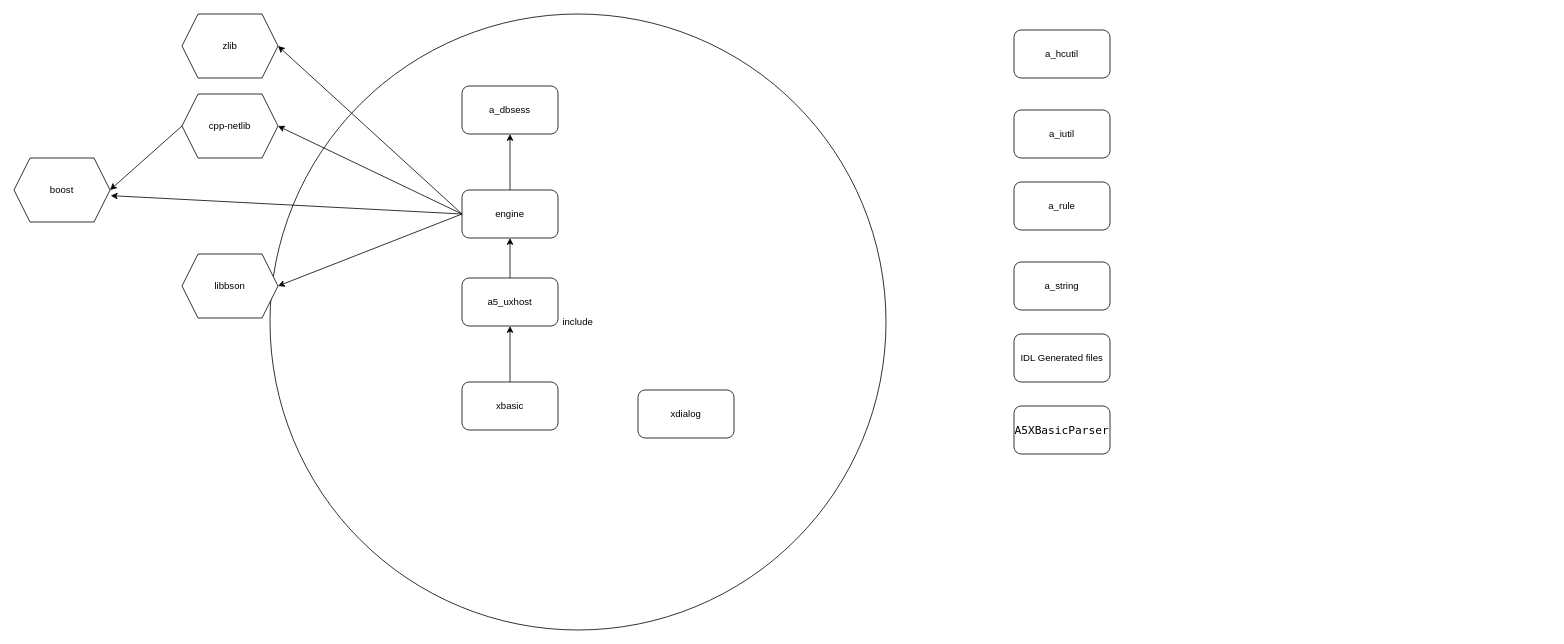
Earlier version of the draw.io diagram A5_deps.drawio (rromrrom/something). Source tidied: cells renumbered, new cells numbered last; positions are measured from the earlier drawing's top-left corner, leaving out a move shared by most shapes. Both pictures are drawn from the tidied source at 80%, with x=0, y=0 at pixel (14, 14).
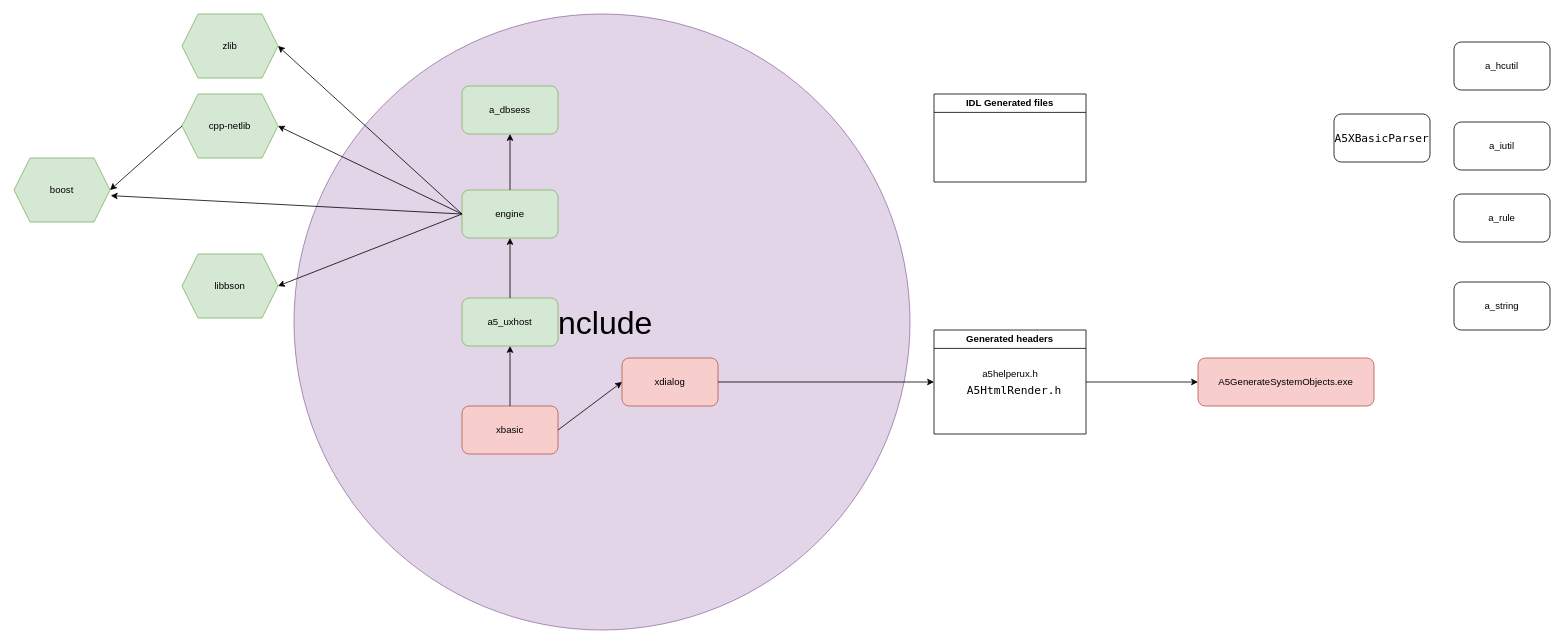
The same page after the edit.

Change to the diagram source:
```diff
@@
-    <mxCell id="2" value="include" style="ellipse;whiteSpace=wrap;html=1;" parent="1" vertex="1">
-      <mxGeometry x="320" width="770" height="770" as="geometry" />
+    <mxCell id="2" value="&lt;font style=&quot;font-size: 40px;&quot;&gt;include&lt;/font&gt;" style="ellipse;whiteSpace=wrap;html=1;fillColor=#e1d5e7;strokeColor=#9673a6;" parent="1" vertex="1">
+      <mxGeometry x="350" width="770" height="770" as="geometry" />
     </mxCell>
-    <mxCell id="3" value="a_dbsess" style="rounded=1;whiteSpace=wrap;html=1;" parent="1" vertex="1">
+    <mxCell id="3" value="a_dbsess" style="rounded=1;whiteSpace=wrap;html=1;fillColor=#d5e8d4;strokeColor=#82b366;" parent="1" vertex="1">
       <mxGeometry x="560" y="90" width="120" height="60" as="geometry" />
     </mxCell>
     <mxCell id="4" value="a_iutil" style="rounded=1;whiteSpace=wrap;html=1;" parent="1" vertex="1">
-      <mxGeometry x="1250" y="120" width="120" height="60" as="geometry" />
+      <mxGeometry x="1800" y="135" width="120" height="60" as="geometry" />
     </mxCell>
-    <mxCell id="5" value="engine" style="rounded=1;whiteSpace=wrap;html=1;" parent="1" vertex="1">
+    <mxCell id="5" value="engine" style="rounded=1;whiteSpace=wrap;html=1;fillColor=#d5e8d4;strokeColor=#82b366;" parent="1" vertex="1">
       <mxGeometry x="560" y="220" width="120" height="60" as="geometry" />
     </mxCell>
@@
-    <mxCell id="7" value="a5_uxhost" style="rounded=1;whiteSpace=wrap;html=1;" parent="1" vertex="1">
-      <mxGeometry x="560" y="330" width="120" height="60" as="geometry" />
+    <mxCell id="7" value="a5_uxhost" style="rounded=1;whiteSpace=wrap;html=1;fillColor=#d5e8d4;strokeColor=#82b366;" parent="1" vertex="1">
+      <mxGeometry x="560" y="355" width="120" height="60" as="geometry" />
     </mxCell>
@@
     <mxCell id="9" value="a_hcutil" style="rounded=1;whiteSpace=wrap;html=1;" parent="1" vertex="1">
-      <mxGeometry x="1250" y="20" width="120" height="60" as="geometry" />
+      <mxGeometry x="1800" y="35" width="120" height="60" as="geometry" />
     </mxCell>
     <mxCell id="10" value="a_rule" style="rounded=1;whiteSpace=wrap;html=1;" parent="1" vertex="1">
-      <mxGeometry x="1250" y="210" width="120" height="60" as="geometry" />
+      <mxGeometry x="1800" y="225" width="120" height="60" as="geometry" />
     </mxCell>
     <mxCell id="11" value="a_string" style="rounded=1;whiteSpace=wrap;html=1;" parent="1" vertex="1">
-      <mxGeometry x="1250" y="310" width="120" height="60" as="geometry" />
+      <mxGeometry x="1800" y="335" width="120" height="60" as="geometry" />
     </mxCell>
     <mxCell id="12" value="&lt;p style=&quot;font-family: &amp;quot;Droid Sans Mono&amp;quot;, &amp;quot;monospace&amp;quot;, monospace; font-size: 14px; line-height: 19px;&quot;&gt;A5XBasicParser&lt;/p&gt;" style="rounded=1;whiteSpace=wrap;html=1;" parent="1" vertex="1">
-      <mxGeometry x="1250" y="490" width="120" height="60" as="geometry" />
+      <mxGeometry x="1650" y="125" width="120" height="60" as="geometry" />
     </mxCell>
-    <mxCell id="13" value="xdialog" style="rounded=1;whiteSpace=wrap;html=1;" parent="1" vertex="1">
-      <mxGeometry x="780" y="470" width="120" height="60" as="geometry" />
+    <mxCell id="13" value="xdialog" style="rounded=1;whiteSpace=wrap;html=1;fillColor=#f8cecc;strokeColor=#b85450;" parent="1" vertex="1">
+      <mxGeometry x="760" y="430" width="120" height="60" as="geometry" />
     </mxCell>
-    <mxCell id="14" value="xbasic" style="rounded=1;whiteSpace=wrap;html=1;" parent="1" vertex="1">
-      <mxGeometry x="560" y="460" width="120" height="60" as="geometry" />
+    <mxCell id="14" value="xbasic" style="rounded=1;whiteSpace=wrap;html=1;fillColor=#f8cecc;strokeColor=#b85450;" parent="1" vertex="1">
+      <mxGeometry x="560" y="490" width="120" height="60" as="geometry" />
     </mxCell>
@@
-    <mxCell id="16" value="IDL Generated files" style="rounded=1;whiteSpace=wrap;html=1;" parent="1" vertex="1">
-      <mxGeometry x="1250" y="400" width="120" height="60" as="geometry" />
-    </mxCell>
-    <mxCell id="17" value="boost" style="shape=hexagon;perimeter=hexagonPerimeter2;whiteSpace=wrap;html=1;fixedSize=1;" parent="1" vertex="1">
+    <mxCell id="17" value="boost" style="shape=hexagon;perimeter=hexagonPerimeter2;whiteSpace=wrap;html=1;fixedSize=1;fillColor=#d5e8d4;strokeColor=#82b366;" parent="1" vertex="1">
       <mxGeometry y="180" width="120" height="80" as="geometry" />
     </mxCell>
-    <mxCell id="18" value="zlib" style="shape=hexagon;perimeter=hexagonPerimeter2;whiteSpace=wrap;html=1;fixedSize=1;" parent="1" vertex="1">
+    <mxCell id="18" value="zlib" style="shape=hexagon;perimeter=hexagonPerimeter2;whiteSpace=wrap;html=1;fixedSize=1;fillColor=#d5e8d4;strokeColor=#82b366;" parent="1" vertex="1">
       <mxGeometry x="210" width="120" height="80" as="geometry" />
     </mxCell>
-    <mxCell id="19" value="cpp-netlib" style="shape=hexagon;perimeter=hexagonPerimeter2;whiteSpace=wrap;html=1;fixedSize=1;" parent="1" vertex="1">
+    <mxCell id="19" value="cpp-netlib" style="shape=hexagon;perimeter=hexagonPerimeter2;whiteSpace=wrap;html=1;fixedSize=1;fillColor=#d5e8d4;strokeColor=#82b366;" parent="1" vertex="1">
       <mxGeometry x="210" y="100" width="120" height="80" as="geometry" />
     </mxCell>
-    <mxCell id="20" value="libbson" style="shape=hexagon;perimeter=hexagonPerimeter2;whiteSpace=wrap;html=1;fixedSize=1;" parent="1" vertex="1">
+    <mxCell id="20" value="libbson" style="shape=hexagon;perimeter=hexagonPerimeter2;whiteSpace=wrap;html=1;fixedSize=1;fillColor=#d5e8d4;strokeColor=#82b366;" parent="1" vertex="1">
       <mxGeometry x="210" y="300" width="120" height="80" as="geometry" />
     </mxCell>
@@
+    <mxCell id="26" style="endArrow=classic;html=1;rounded=0;exitX=1;exitY=0.5;exitDx=0;exitDy=0;entryX=0;entryY=0.5;entryDx=0;entryDy=0;" parent="1" edge="1" source="14" target="13">
+      <mxGeometry relative="1" as="geometry" />
+    </mxCell>
+    <mxCell id="27" style="endArrow=classic;html=1;rounded=0;exitX=1;exitY=0.5;exitDx=0;exitDy=0;entryX=0;entryY=0.5;entryDx=0;entryDy=0;" parent="1" edge="1" source="13" target="28">
+      <mxGeometry relative="1" as="geometry" />
+    </mxCell>
+    <mxCell id="28" value="Generated headers" style="swimlane;whiteSpace=wrap;html=1;" parent="1" vertex="1">
+      <mxGeometry x="1150" y="395" width="190" height="130" as="geometry" />
+    </mxCell>
+    <mxCell id="29" value="a5helperux.h" style="text;html=1;align=center;verticalAlign=middle;strokeColor=none;fillColor=none;" parent="28" vertex="1">
+      <mxGeometry x="50" y="40" width="90" height="30" as="geometry" />
+    </mxCell>
+    <mxCell id="30" value="&lt;div style=&quot;font-family: &amp;quot;Droid Sans Mono&amp;quot;, &amp;quot;monospace&amp;quot;, monospace; font-size: 14px; line-height: 19px;&quot;&gt;A5HtmlRender.h&lt;/div&gt;" style="text;html=1;align=center;verticalAlign=middle;strokeColor=none;fillColor=none;" parent="28" vertex="1">
+      <mxGeometry x="30" y="60" width="140" height="30" as="geometry" />
+    </mxCell>
+    <mxCell id="31" value="A5GenerateSystemObjects.exe" style="rounded=1;whiteSpace=wrap;html=1;fillColor=#f8cecc;strokeColor=#b85450;" parent="1" vertex="1">
+      <mxGeometry x="1480" y="430" width="220" height="60" as="geometry" />
+    </mxCell>
+    <mxCell id="32" style="endArrow=classic;html=1;rounded=0;exitX=1;exitY=0.5;exitDx=0;exitDy=0;entryX=0;entryY=0.5;entryDx=0;entryDy=0;" parent="1" edge="1" source="28" target="31">
+      <mxGeometry relative="1" as="geometry" />
+    </mxCell>
+    <mxCell id="16" value="IDL Generated files" style="swimlane;whiteSpace=wrap;html=1;" parent="1" vertex="1">
+      <mxGeometry x="1150" y="100" width="190" height="110" as="geometry" />
+    </mxCell>
```
